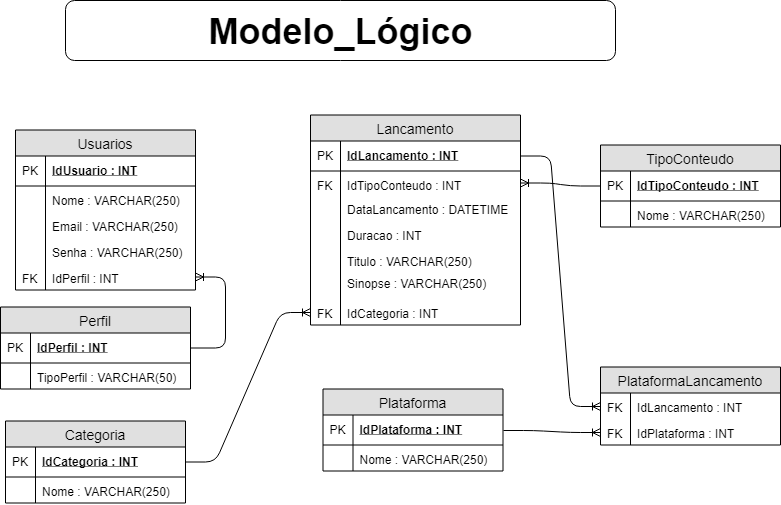
amador2014/2s2019-sprint-1-bd keeps this draw.io diagram as OPFLIX/Modelagem/T_Diagrama_Logico.png. Above is the earlier version. Source tidied: cells renumbered, new cells last; positions are measured from the earlier drawing's top-left corner, leaving out a move shared by most shapes.
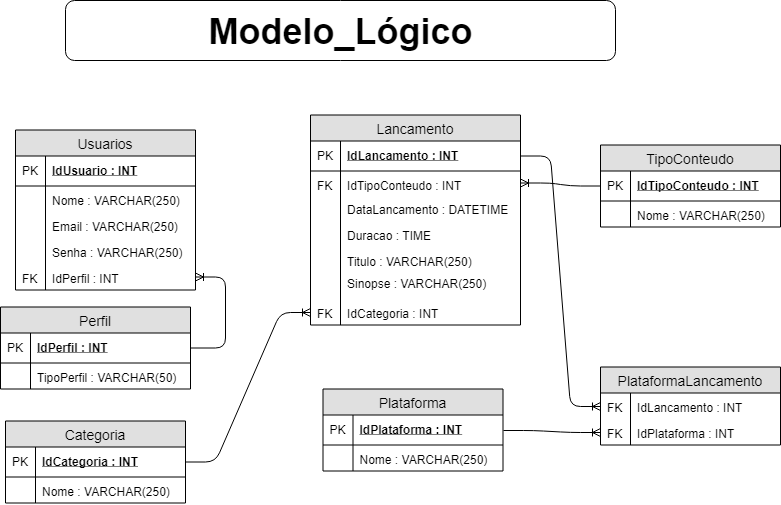
Later version of the same file.

Diff of the diagram source:
```diff
@@ -77,7 +77,7 @@
     <mxCell id="26" style="shape=partialRectangle;top=0;left=0;bottom=0;fillColor=none;align=left;verticalAlign=top;spacingLeft=4;spacingRight=4;overflow=hidden;fontSize=12;" parent="25" vertex="1">
       <mxGeometry width="30" height="26" as="geometry" />
     </mxCell>
-    <mxCell id="27" value="Duracao : INT" style="shape=partialRectangle;top=0;left=0;right=0;bottom=0;align=left;verticalAlign=top;fillColor=none;spacingLeft=34;spacingRight=4;overflow=hidden;fontSize=12;" parent="20" vertex="1">
+    <mxCell id="27" value="Duracao : TIME" style="shape=partialRectangle;top=0;left=0;right=0;bottom=0;align=left;verticalAlign=top;fillColor=none;spacingLeft=34;spacingRight=4;overflow=hidden;fontSize=12;" parent="20" vertex="1">
       <mxGeometry y="106" width="210" height="26" as="geometry" />
     </mxCell>
     <mxCell id="28" style="shape=partialRectangle;top=0;left=0;bottom=0;fillColor=none;align=left;verticalAlign=top;spacingLeft=4;spacingRight=4;overflow=hidden;fontSize=12;" parent="27" vertex="1">
```
